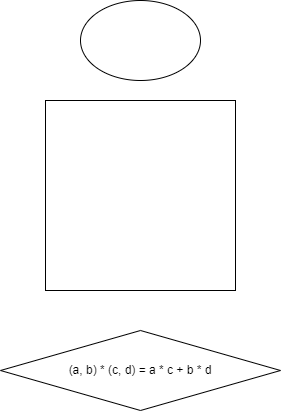
Before: Скалярное произведение.drawio.png, a diagram exported from draw.io (DaizaP/Travels). Source tidied: cells renumbered, new cells last; positions are measured from the earlier drawing's top-left corner, leaving out a move shared by most shapes. Source of this version:
```xml
<mxGraphModel>
  <root>
    <mxCell id="0" />
    <mxCell id="1" parent="0" />
    <mxCell id="2" style="ellipse;whiteSpace=wrap;html=1;" parent="1" vertex="1">
      <mxGeometry x="80" width="120" height="80" as="geometry" />
    </mxCell>
    <mxCell id="3" style="whiteSpace=wrap;html=1;" parent="1" vertex="1">
      <mxGeometry x="45" y="100" width="190" height="190" as="geometry" />
    </mxCell>
    <mxCell id="4" value="(a, b) * (c, d) = a * c + b * d" style="rhombus;whiteSpace=wrap;html=1;" parent="1" vertex="1">
      <mxGeometry y="330" width="280" height="80" as="geometry" />
    </mxCell>
  </root>
</mxGraphModel>
```
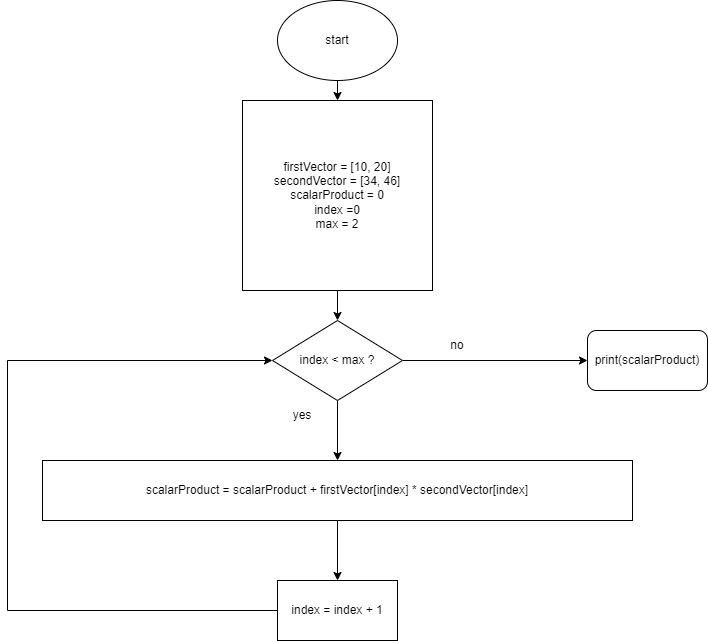
After the change.

Diff of the diagram source:
```diff
@@ -2,14 +2,54 @@
   <root>
     <mxCell id="0" />
     <mxCell id="1" parent="0" />
+    <mxCell id="5" style="edgeStyle=orthogonalEdgeStyle;rounded=0;jettySize=auto;html=1;exitX=0.5;exitY=1;exitDx=0;exitDy=0;entryX=0.5;entryY=0;entryDx=0;entryDy=0;" parent="1" edge="1" source="2" target="3">
+      <mxGeometry relative="1" as="geometry" />
+    </mxCell>
-    <mxCell id="2" style="ellipse;whiteSpace=wrap;html=1;" parent="1" vertex="1">
+    <mxCell id="2" value="start" style="ellipse;whiteSpace=wrap;html=1;" parent="1" vertex="1">
       <mxGeometry x="80" width="120" height="80" as="geometry" />
     </mxCell>
+    <mxCell id="6" style="edgeStyle=orthogonalEdgeStyle;rounded=0;jettySize=auto;html=1;exitX=0.5;exitY=1;exitDx=0;exitDy=0;entryX=0.5;entryY=0;entryDx=0;entryDy=0;" parent="1" edge="1" source="3" target="4">
+      <mxGeometry relative="1" as="geometry" />
+    </mxCell>
-    <mxCell id="3" style="whiteSpace=wrap;html=1;" parent="1" vertex="1">
+    <mxCell id="3" value="firstVector = [10, 20]&lt;br&gt;secondVector = [34, 46]&lt;br&gt;scalarProduct = 0&lt;br&gt;index =0&lt;br&gt;max = 2" style="whiteSpace=wrap;html=1;" parent="1" vertex="1">
       <mxGeometry x="45" y="100" width="190" height="190" as="geometry" />
     </mxCell>
+    <mxCell id="7" style="edgeStyle=orthogonalEdgeStyle;rounded=0;jettySize=auto;html=1;exitX=0.5;exitY=1;exitDx=0;exitDy=0;entryX=0.5;entryY=0;entryDx=0;entryDy=0;" parent="1" edge="1" source="4" target="11">
+      <mxGeometry x="1" y="15" relative="1" as="geometry">
+        <mxPoint y="1" as="offset" />
+      </mxGeometry>
+    </mxCell>
+    <mxCell id="8" style="edgeStyle=orthogonalEdgeStyle;rounded=0;jettySize=auto;html=1;exitX=1;exitY=0.5;exitDx=0;exitDy=0;entryX=0;entryY=0.5;entryDx=0;entryDy=0;" parent="1" edge="1" source="4" target="9">
+      <mxGeometry relative="1" as="geometry" />
+    </mxCell>
-    <mxCell id="4" value="(a, b) * (c, d) = a * c + b * d" style="rhombus;whiteSpace=wrap;html=1;" parent="1" vertex="1">
-      <mxGeometry y="330" width="280" height="80" as="geometry" />
+    <mxCell id="4" value="index &amp;lt; max ?" style="rhombus;whiteSpace=wrap;html=1;" parent="1" vertex="1">
+      <mxGeometry x="75" y="320" width="130" height="80" as="geometry" />
     </mxCell>
+    <mxCell id="9" value="print(scalarProduct)" style="rounded=1;whiteSpace=wrap;html=1;" parent="1" vertex="1">
+      <mxGeometry x="390" y="330" width="120" height="60" as="geometry" />
+    </mxCell>
+    <mxCell id="10" style="edgeStyle=orthogonalEdgeStyle;rounded=0;jettySize=auto;html=1;exitX=0.5;exitY=1;exitDx=0;exitDy=0;entryX=0.5;entryY=0;entryDx=0;entryDy=0;" parent="1" edge="1" source="11" target="13">
+      <mxGeometry relative="1" as="geometry" />
+    </mxCell>
+    <mxCell id="11" value="scalarProduct = scalarProduct + firstVector[index] * secondVector[index]" style="rounded=0;whiteSpace=wrap;html=1;" parent="1" vertex="1">
+      <mxGeometry x="-155" y="460" width="590" height="60" as="geometry" />
+    </mxCell>
+    <mxCell id="12" style="edgeStyle=orthogonalEdgeStyle;rounded=0;jettySize=auto;html=1;exitX=0;exitY=0.5;exitDx=0;exitDy=0;entryX=0;entryY=0.5;entryDx=0;entryDy=0;" parent="1" edge="1" source="13" target="4">
+      <mxGeometry relative="1" as="geometry">
+        <Array as="points">
+          <mxPoint x="-190" y="610" />
+          <mxPoint x="-190" y="360" />
+        </Array>
+      </mxGeometry>
+    </mxCell>
+    <mxCell id="13" value="index = index + 1" style="rounded=0;whiteSpace=wrap;html=1;" parent="1" vertex="1">
+      <mxGeometry x="80" y="580" width="120" height="60" as="geometry" />
+    </mxCell>
+    <mxCell id="14" value="no" style="text;html=1;strokeColor=none;fillColor=none;align=center;verticalAlign=middle;whiteSpace=wrap;rounded=0;" parent="1" vertex="1">
+      <mxGeometry x="230" y="330" width="60" height="30" as="geometry" />
+    </mxCell>
+    <mxCell id="15" value="yes" style="text;html=1;strokeColor=none;fillColor=none;align=center;verticalAlign=middle;whiteSpace=wrap;rounded=0;" parent="1" vertex="1">
+      <mxGeometry x="75" y="400" width="60" height="30" as="geometry" />
+    </mxCell>
   </root>
 </mxGraphModel>
```
